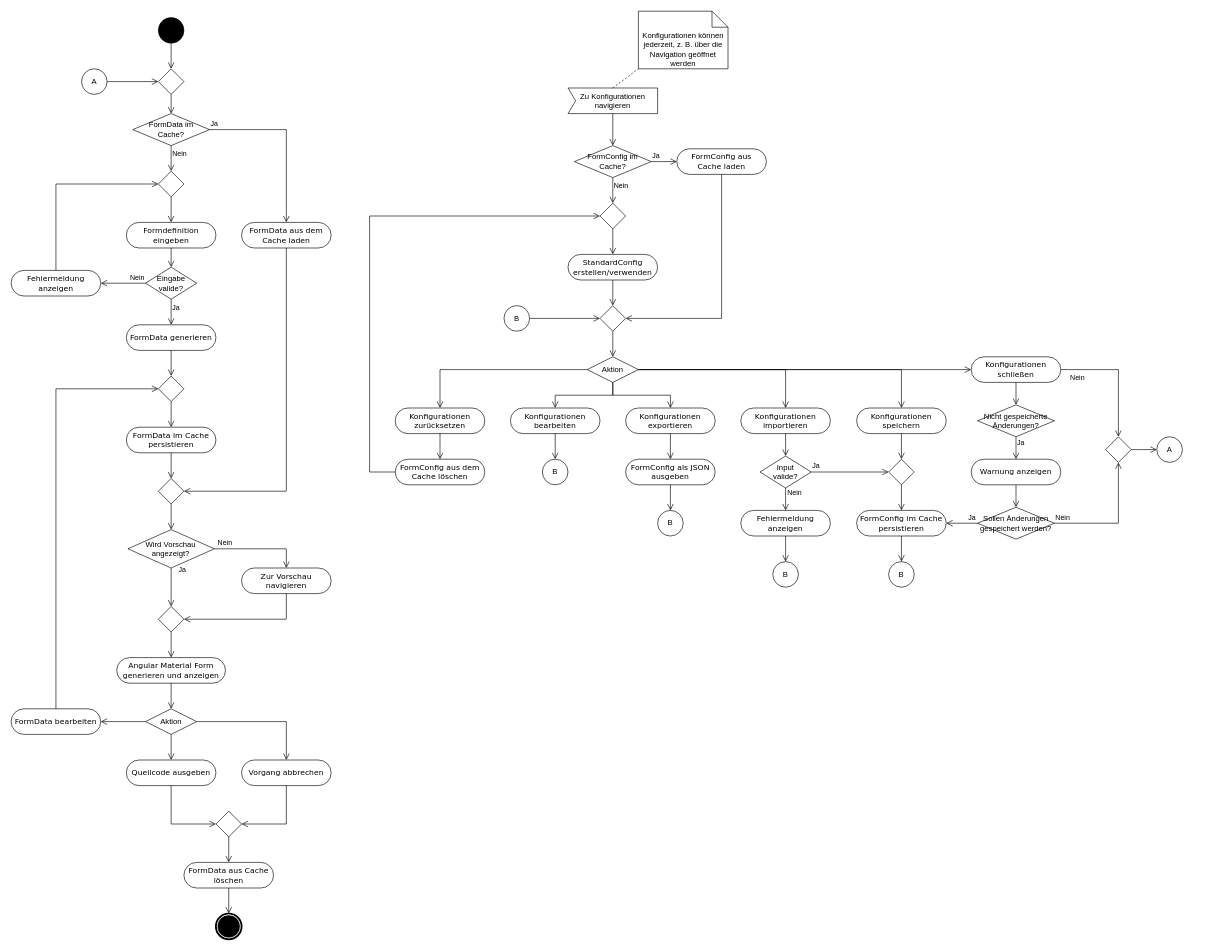
Earlier version of the draw.io diagram resources/Aktivitätsdiagramm.drawio (IfSince/major-project-resources). Source tidied: cells renumbered, new cells numbered last; positions are measured from the earlier drawing's top-left corner, leaving out a move shared by most shapes. Both pictures are drawn from the tidied source at 64%, with x=0, y=0 at pixel (11, 11).
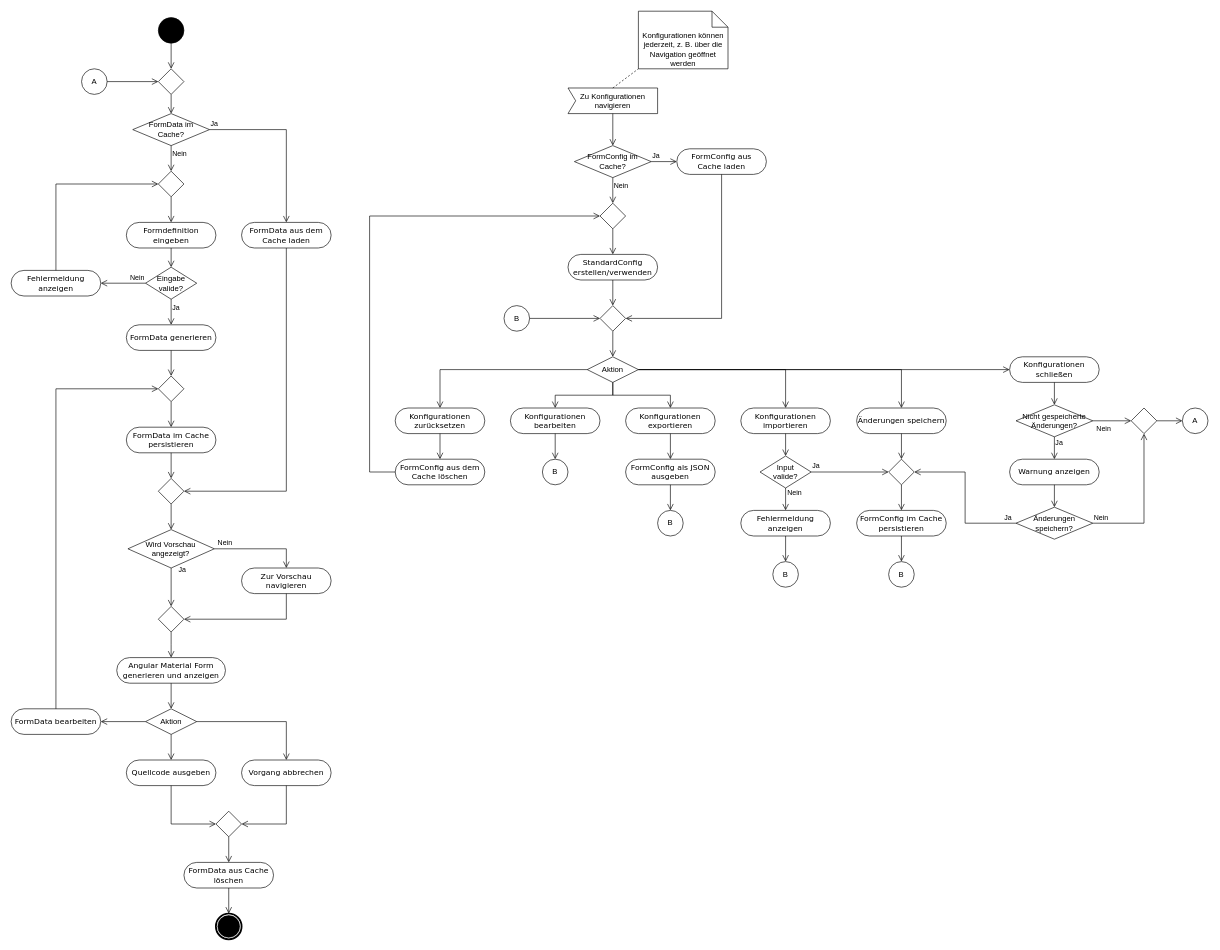
The same diagram, later.

Unchanged cells that the change refers to:
```xml
<mxCell id="78" value="FormConfig im Cache persistieren" style="rounded=1;whiteSpace=wrap;html=1;shadow=0;comic=0;labelBackgroundColor=none;strokeWidth=1;fontFamily=Verdana;fontSize=12;align=center;arcSize=50;" parent="1" vertex="1">
  <mxGeometry x="1321" y="780" width="140" height="40" as="geometry" />
</mxCell>
<mxCell id="107" style="rhombus;whiteSpace=wrap;html=1;" parent="1" vertex="1">
  <mxGeometry x="1371" y="700" width="40" height="40" as="geometry" />
</mxCell>
```

The edit, as a diff of the source:
```diff
@@
-    <mxCell id="79" value="Konfigurationen speichern" style="rounded=1;whiteSpace=wrap;html=1;shadow=0;comic=0;labelBackgroundColor=none;strokeWidth=1;fontFamily=Verdana;fontSize=12;align=center;arcSize=50;" parent="1" vertex="1">
+    <mxCell id="79" value="Änderungen speichern" style="rounded=1;whiteSpace=wrap;html=1;shadow=0;comic=0;labelBackgroundColor=none;strokeWidth=1;fontFamily=Verdana;fontSize=12;align=center;arcSize=50;" parent="1" vertex="1">
       <mxGeometry x="1321" y="620" width="140" height="40" as="geometry" />
     </mxCell>
@@
     <mxCell id="102" value="Konfigurationen schließen" style="rounded=1;whiteSpace=wrap;html=1;shadow=0;comic=0;labelBackgroundColor=none;strokeWidth=1;fontFamily=Verdana;fontSize=12;align=center;arcSize=50;" parent="1" vertex="1">
-      <mxGeometry x="1500" y="540" width="140" height="40" as="geometry" />
+      <mxGeometry x="1560" y="540" width="140" height="40" as="geometry" />
     </mxCell>
@@
     <mxCell id="104" value="Nicht gespeicherte Änderungen?" style="rhombus;whiteSpace=wrap;html=1;" parent="1" vertex="1">
-      <mxGeometry x="1510" y="615" width="120" height="50" as="geometry" />
+      <mxGeometry x="1570" y="615" width="120" height="50" as="geometry" />
     </mxCell>
     <mxCell id="105" value="Warnung anzeigen" style="rounded=1;whiteSpace=wrap;html=1;shadow=0;comic=0;labelBackgroundColor=none;strokeWidth=1;fontFamily=Verdana;fontSize=12;align=center;arcSize=50;" parent="1" vertex="1">
-      <mxGeometry x="1500" y="700" width="140" height="40" as="geometry" />
+      <mxGeometry x="1560" y="700" width="140" height="40" as="geometry" />
     </mxCell>
@@
-    <mxCell id="110" value="Sollen Änderungen gespeichert werden?" style="rhombus;whiteSpace=wrap;html=1;" parent="1" vertex="1">
-      <mxGeometry x="1510" y="775" width="120" height="50" as="geometry" />
+    <mxCell id="110" value="Änderungen speichern?" style="rhombus;whiteSpace=wrap;html=1;" parent="1" vertex="1">
+      <mxGeometry x="1570" y="775" width="120" height="50" as="geometry" />
     </mxCell>
@@
-    <mxCell id="112" value="Ja" style="edgeStyle=orthogonalEdgeStyle;html=1;align=left;verticalAlign=bottom;endArrow=open;endSize=8;strokeColor=#000000;rounded=0;" parent="1" edge="1" source="110" target="78">
-      <mxGeometry x="-0.33" relative="1" as="geometry" />
+    <mxCell id="112" value="Ja" style="edgeStyle=orthogonalEdgeStyle;html=1;align=left;verticalAlign=bottom;endArrow=open;endSize=8;strokeColor=#000000;rounded=0;entryX=1;entryY=0.5;entryDx=0;entryDy=0;" parent="1" edge="1" source="110" target="107">
+      <mxGeometry x="-0.83" relative="1" as="geometry" />
     </mxCell>
@@
     <mxCell id="114" style="rhombus;whiteSpace=wrap;html=1;" parent="1" vertex="1">
-      <mxGeometry x="1710" y="665" width="40" height="40" as="geometry" />
+      <mxGeometry x="1750" y="620" width="40" height="40" as="geometry" />
     </mxCell>
@@
     <mxCell id="116" value="A" style="ellipse;whiteSpace=wrap;html=1;" parent="1" vertex="1">
-      <mxGeometry x="1790" y="665" width="40" height="40" as="geometry" />
+      <mxGeometry x="1830" y="620" width="40" height="40" as="geometry" />
     </mxCell>
-    <mxCell id="117" value="Nein" style="edgeStyle=orthogonalEdgeStyle;html=1;align=left;verticalAlign=top;endArrow=open;endSize=8;strokeColor=#000000;rounded=0;" parent="1" edge="1" source="102" target="114">
+    <mxCell id="117" value="Nein" style="edgeStyle=orthogonalEdgeStyle;html=1;align=left;verticalAlign=top;endArrow=open;endSize=8;strokeColor=#000000;rounded=0;exitX=1;exitY=0.5;exitDx=0;exitDy=0;" parent="1" edge="1" source="104" target="114">
       <mxGeometry x="-0.87" relative="1" as="geometry" />
     </mxCell>
```
